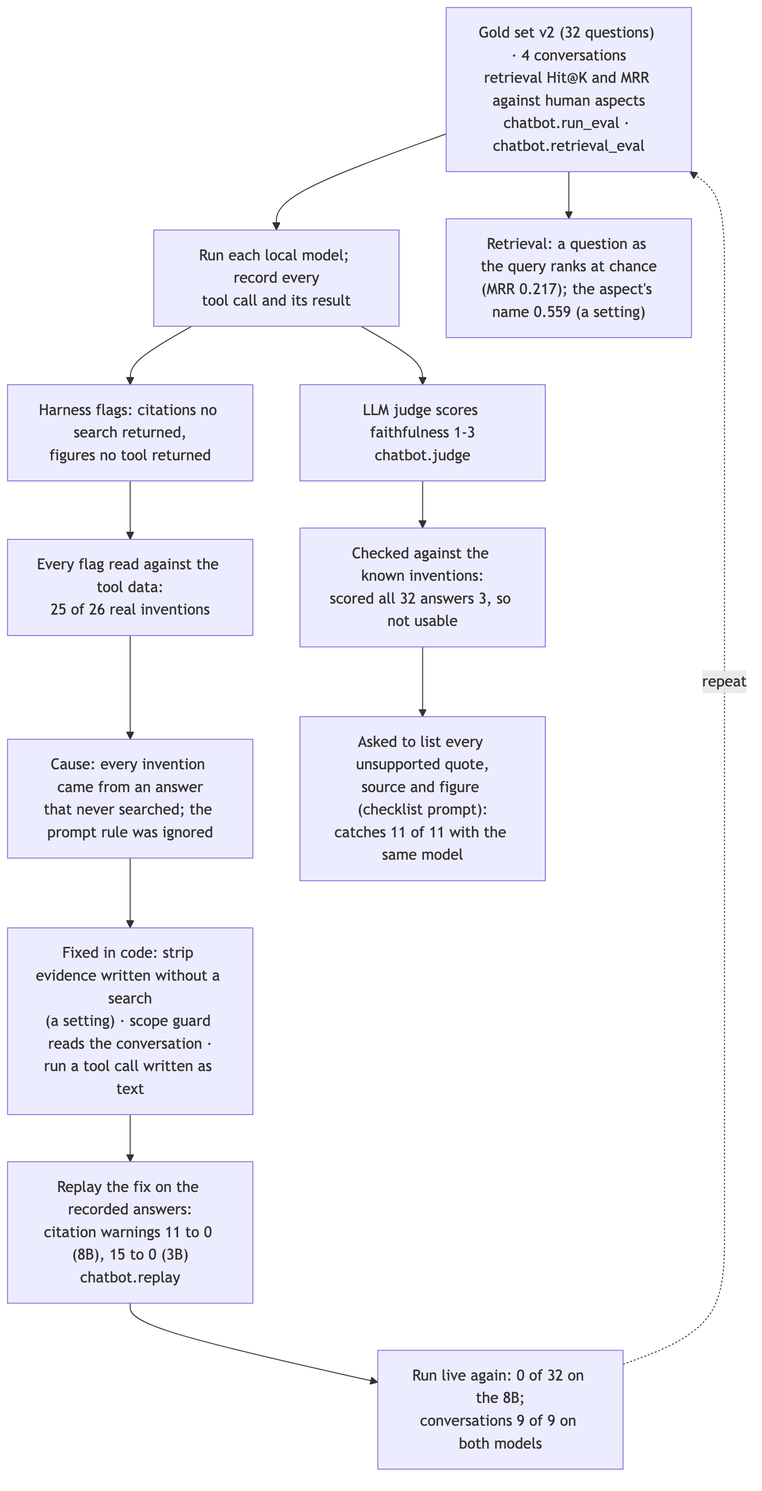
Above: docs/diagrams/img/23-chatbot-improvement-loop.png in Gavingyh/plp-project (Mermaid), before the change. Its source is kept beside it as docs/diagrams/src/23-chatbot-improvement-loop.mmd.
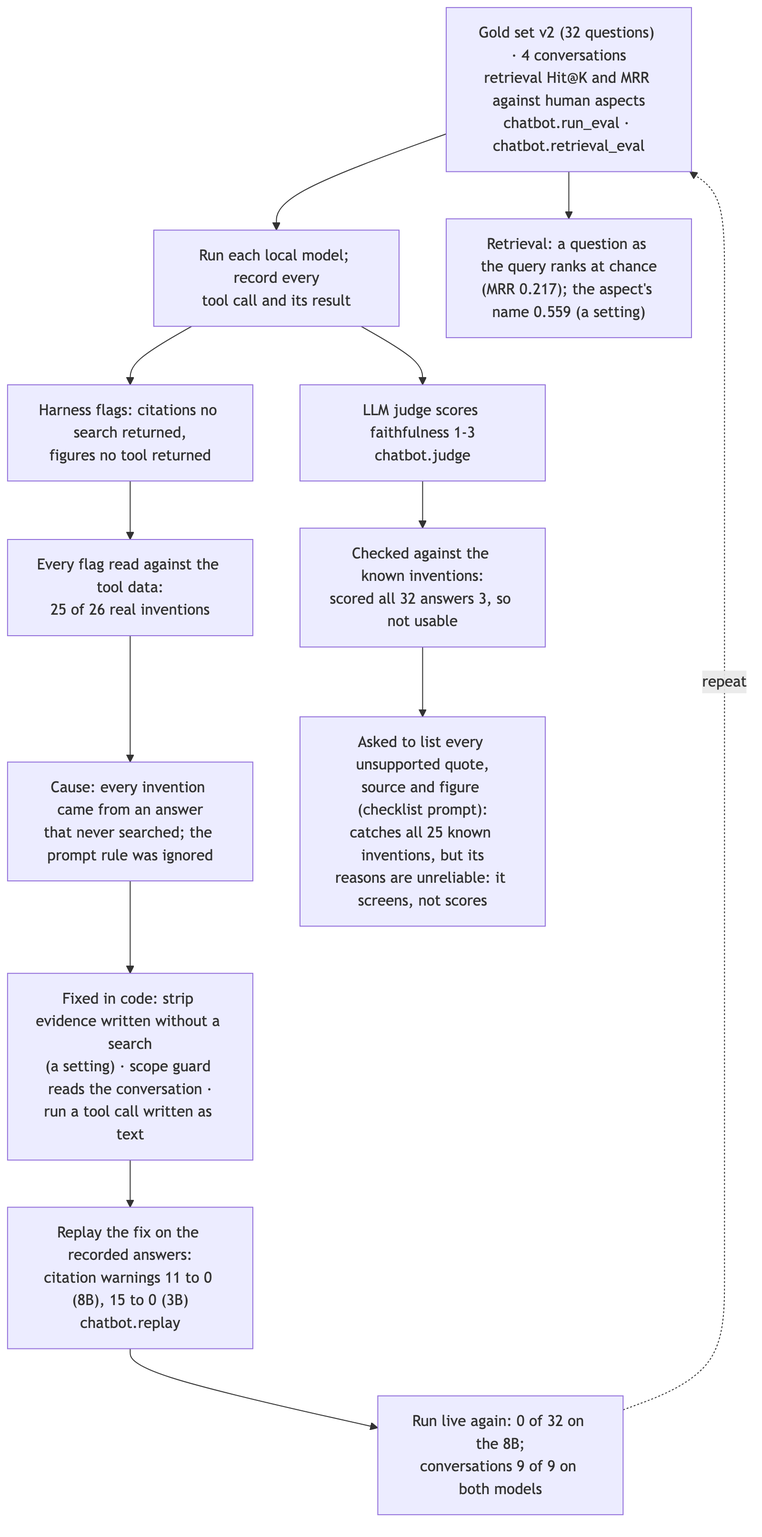
Later version of the same file.

Commit message:
Diagram 23: the checklist judge screens, it doesn't score

Change to the diagram source:
```diff
@@ -13,7 +13,7 @@
   retr["Retrieval: a question as the query ranks at chance<br/>(MRR 0.217); the aspect's name 0.559 (a setting)"]
   judge["LLM judge scores faithfulness 1-3<br/>chatbot.judge"]
   jcheck["Checked against the known inventions:<br/>scored all 32 answers 3, so not usable"]
-  jnext["Asked to list every unsupported quote,<br/>source and figure (checklist prompt):<br/>catches 11 of 11 with the same model"]
+  jnext["Asked to list every unsupported quote,<br/>source and figure (checklist prompt):<br/>catches all 25 known inventions, but its<br/>reasons are unreliable: it screens, not scores"]
 
   gold --> run --> flags --> read --> cause --> fix --> replay --> live
   gold --> retr
```
